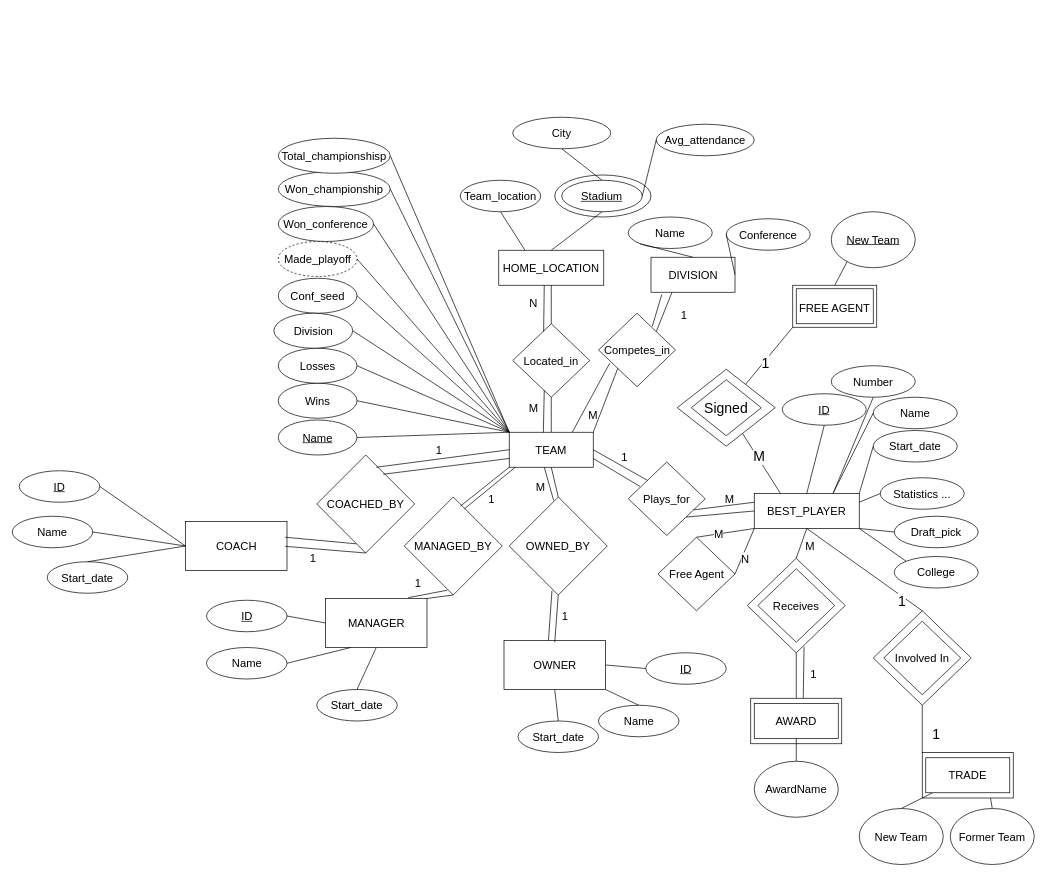
diegomess1908/NBADatabase22-23 keeps this draw.io diagram as Schema/NBA DB.drawio. Above is the earlier version. Source tidied: cells renumbered, new cells numbered last; positions are measured from the earlier drawing's top-left corner, leaving out a move shared by most shapes. Both pictures are drawn from the tidied source at 70%, with x=0, y=0 at pixel (12, 117).
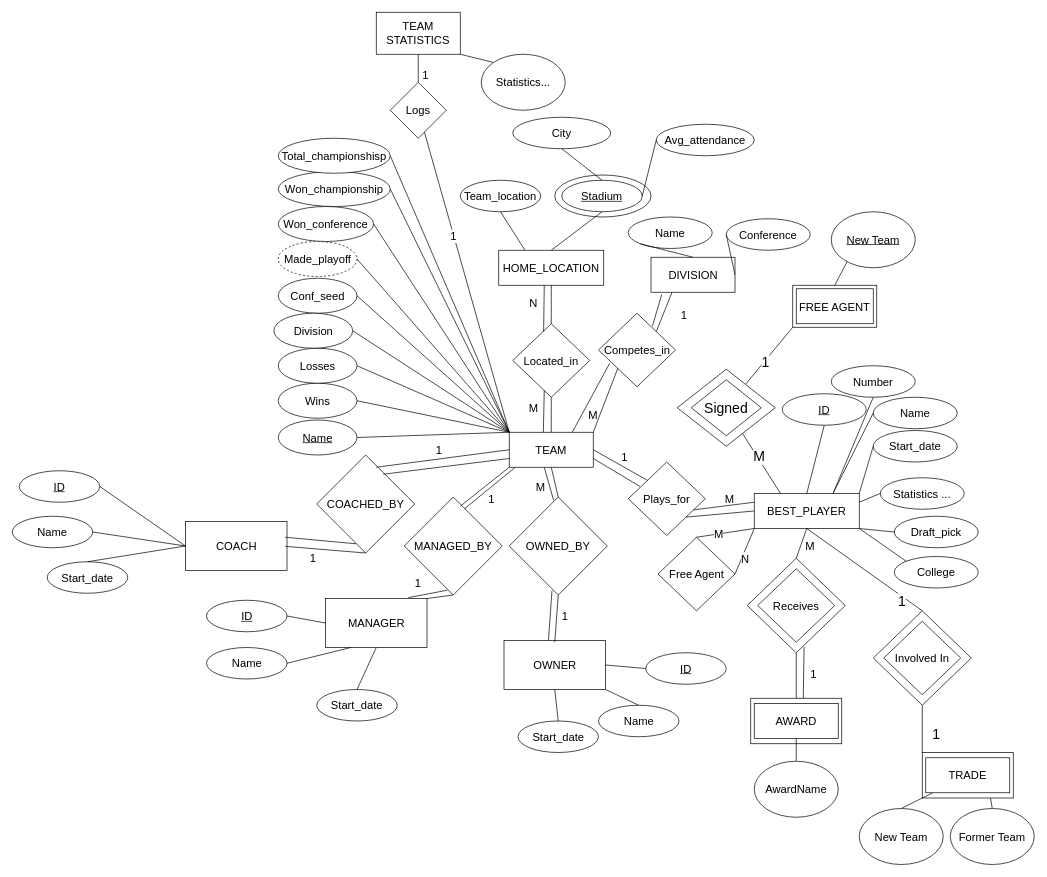
After the change.

Commit message:
new team stat on schema image

The change refers to these unchanged cells:
```xml
<mxCell id="12" value="&lt;font style=&quot;font-size: 16px;&quot;&gt;TEAM&lt;/font&gt;" style="rounded=0;whiteSpace=wrap;html=1;" parent="1" vertex="1">
  <mxGeometry x="710" y="450" width="120" height="50" as="geometry" />
</mxCell>
```

Change to the diagram source:
```diff
@@
+    <mxCell id="152" style="edgeStyle=none;html=1;exitX=0;exitY=0;exitDx=0;exitDy=0;fontSize=16;endArrow=none;endFill=0;startArrow=none;" parent="1" edge="1" source="153">
+      <mxGeometry relative="1" as="geometry">
+        <mxPoint x="580" y="10" as="targetPoint" />
+      </mxGeometry>
+    </mxCell>
@@
+    <mxCell id="153" value="Logs" style="rhombus;whiteSpace=wrap;html=1;fontSize=16;fillColor=default;" parent="1" vertex="1">
+      <mxGeometry x="540" y="-50" width="80" height="80" as="geometry" />
+    </mxCell>
+    <mxCell id="154" style="edgeStyle=none;html=1;exitX=0;exitY=0;exitDx=0;exitDy=0;fontSize=16;endArrow=none;endFill=0;" parent="1" edge="1" source="12" target="153">
+      <mxGeometry relative="1" as="geometry" />
+    </mxCell>
+    <mxCell id="155" value="1" style="edgeLabel;html=1;align=center;verticalAlign=middle;fontSize=16;" parent="154" vertex="1">
+      <mxGeometry x="0.31" y="1" relative="1" as="geometry" />
+    </mxCell>
+    <mxCell id="156" style="edgeStyle=none;html=1;entryX=0.5;entryY=0;entryDx=0;entryDy=0;fontSize=16;endArrow=none;endFill=0;" parent="1" edge="1" source="158" target="153">
+      <mxGeometry relative="1" as="geometry" />
+    </mxCell>
+    <mxCell id="157" style="edgeStyle=none;html=1;exitX=1;exitY=1;exitDx=0;exitDy=0;entryX=0;entryY=0;entryDx=0;entryDy=0;fontSize=16;endArrow=none;endFill=0;" parent="1" edge="1" source="158" target="160">
+      <mxGeometry relative="1" as="geometry" />
+    </mxCell>
+    <mxCell id="158" value="TEAM STATISTICS" style="rounded=0;whiteSpace=wrap;html=1;fontSize=16;fillColor=default;" parent="1" vertex="1">
+      <mxGeometry x="520" y="-150" width="120" height="60" as="geometry" />
+    </mxCell>
+    <mxCell id="159" value="1" style="text;html=1;align=center;verticalAlign=middle;strokeColor=none;fillColor=none;fontSize=16;" parent="1" vertex="1">
+      <mxGeometry x="580" y="-70" width="20" height="20" as="geometry" />
+    </mxCell>
+    <mxCell id="160" value="Statistics..." style="ellipse;whiteSpace=wrap;html=1;fontSize=16;fillColor=default;" parent="1" vertex="1">
+      <mxGeometry x="670" y="-90" width="120" height="80" as="geometry" />
+    </mxCell>
```
